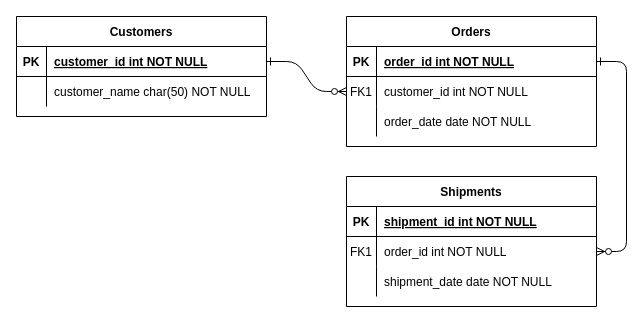
Above: Untitled Diagram.drawio in mishankoGO/GophKeeper (draw.io), before the change. Source tidied: cells renumbered, new cells numbered last; positions are measured from the earlier drawing's top-left corner, leaving out a move shared by most shapes. Both pictures are drawn from the tidied source at 100%, with x=0, y=0 at pixel (16, 16).
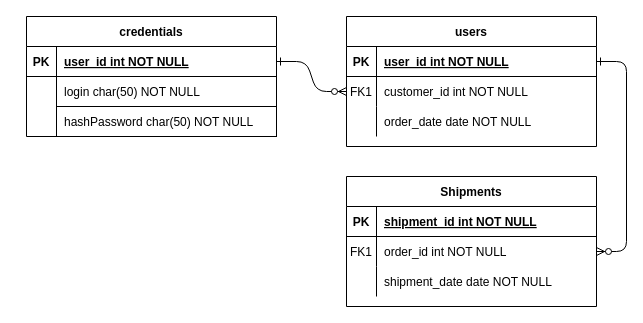
Above is the later version.

Unchanged cells that the change refers to:
```xml
<mxCell id="5" style="shape=partialRectangle;fillColor=none;points=[[0,0.5],[1,0.5]];portConstraint=eastwest;top=0;left=0;right=0;bottom=1;" parent="4" vertex="1">
  <mxGeometry y="30" width="250" height="30" as="geometry" />
</mxCell>
<mxCell id="25" style="shape=partialRectangle;fillColor=none;points=[[0,0.5],[1,0.5]];portConstraint=eastwest;top=0;left=0;right=0;bottom=1;" parent="24" vertex="1">
  <mxGeometry y="30" width="250" height="30" as="geometry" />
</mxCell>
<mxCell id="28" style="shape=partialRectangle;fillColor=none;top=0;left=0;right=0;bottom=0;" parent="24" vertex="1">
  <mxGeometry y="60" width="250" height="30" as="geometry" />
</mxCell>
```

Diff of the diagram source:
```diff
@@
-    <mxCell id="4" value="Orders" style="shape=table;startSize=30;childLayout=tableLayout;rowLines=0;fontStyle=1;align=center;" parent="1" vertex="1">
+    <mxCell id="4" value="users" style="shape=table;startSize=30;childLayout=tableLayout;rowLines=0;fontStyle=1;align=center;" parent="1" vertex="1">
       <mxGeometry x="330" width="250" height="130" as="geometry" />
     </mxCell>
@@
-    <mxCell id="7" value="order_id int NOT NULL " style="shape=partialRectangle;overflow=hidden;fillColor=none;top=0;left=0;bottom=0;right=0;align=left;spacingLeft=6;fontStyle=5;" parent="5" vertex="1">
+    <mxCell id="7" value="user_id int NOT NULL " style="shape=partialRectangle;overflow=hidden;fillColor=none;top=0;left=0;bottom=0;right=0;align=left;spacingLeft=6;fontStyle=5;" parent="5" vertex="1">
       <mxGeometry x="30" width="220" height="30" as="geometry" />
     </mxCell>
@@
-    <mxCell id="24" value="Customers" style="shape=table;startSize=30;childLayout=tableLayout;rowLines=0;fontStyle=1;align=center;" parent="1" vertex="1">
-      <mxGeometry width="250" height="100" as="geometry" />
+    <mxCell id="24" value="credentials" style="shape=table;startSize=30;childLayout=tableLayout;rowLines=0;fontStyle=1;align=center;" parent="1" vertex="1">
+      <mxGeometry x="10" width="250" height="120" as="geometry" />
     </mxCell>
@@
-    <mxCell id="27" value="customer_id int NOT NULL " style="shape=partialRectangle;overflow=hidden;fillColor=none;top=0;left=0;bottom=0;right=0;align=left;spacingLeft=6;fontStyle=5;" parent="25" vertex="1">
+    <mxCell id="27" value="user_id int NOT NULL " style="shape=partialRectangle;overflow=hidden;fillColor=none;top=0;left=0;bottom=0;right=0;align=left;spacingLeft=6;fontStyle=5;" parent="25" vertex="1">
       <mxGeometry x="30" width="220" height="30" as="geometry" />
     </mxCell>
@@
-    <mxCell id="30" value="customer_name char(50) NOT NULL" style="shape=partialRectangle;overflow=hidden;fillColor=none;top=0;left=0;bottom=0;right=0;align=left;spacingLeft=6;" parent="28" vertex="1">
+    <mxCell id="30" value="login char(50) NOT NULL" style="shape=partialRectangle;overflow=hidden;fillColor=none;top=0;left=0;bottom=0;right=0;align=left;spacingLeft=6;" parent="28" vertex="1">
       <mxGeometry x="30" width="220" height="30" as="geometry" />
     </mxCell>
+    <mxCell id="31" style="shape=partialRectangle;fillColor=none;top=0;left=0;right=0;bottom=0;" parent="24" vertex="1">
+      <mxGeometry y="90" width="250" height="30" as="geometry" />
+    </mxCell>
+    <mxCell id="32" style="shape=partialRectangle;overflow=hidden;fillColor=none;top=0;left=0;bottom=0;right=0;" parent="31" vertex="1">
+      <mxGeometry width="30" height="30" as="geometry" />
+    </mxCell>
+    <mxCell id="33" style="shape=partialRectangle;overflow=hidden;fillColor=none;top=0;left=0;bottom=0;right=0;align=left;spacingLeft=6;" parent="31" vertex="1">
+      <mxGeometry x="30" width="220" height="30" as="geometry" />
+    </mxCell>
+    <mxCell id="34" style="whiteSpace=wrap;html=1;" parent="1" vertex="1">
+      <mxGeometry x="40" y="90" width="220" height="30" as="geometry" />
+    </mxCell>
+    <mxCell id="35" value="hashPassword char(50) NOT NULL" style="shape=partialRectangle;overflow=hidden;fillColor=none;top=0;left=0;bottom=0;right=0;align=left;spacingLeft=6;" parent="1" vertex="1">
+      <mxGeometry x="40" y="90" width="220" height="30" as="geometry" />
+    </mxCell>
+    <mxCell id="36" style="shape=partialRectangle;overflow=hidden;top=0;left=0;bottom=0;right=0;strokeWidth=1;perimeterSpacing=1;fillColor=none;fontColor=#333333;strokeColor=#666666;labelBorderColor=none;dashed=1;dashPattern=1 2;" parent="1" vertex="1">
+      <mxGeometry x="10" y="90" width="30" height="30" as="geometry" />
+    </mxCell>
```
